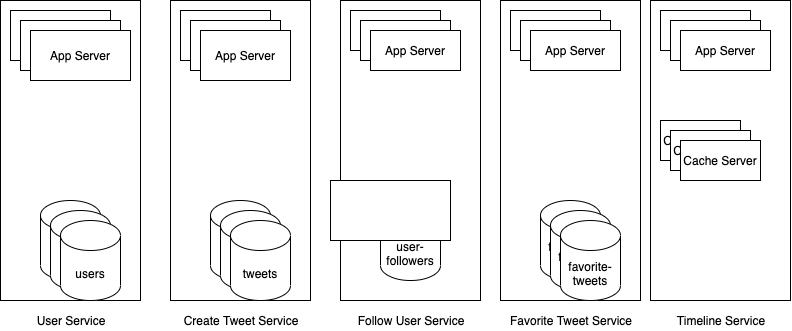
dilipkumar2k6/twitter-system-design keeps this draw.io diagram as Twitter-System-Design.png. Above is the earlier version. Source tidied: cells renumbered, new cells last; positions are measured from the earlier drawing's top-left corner, leaving out a move shared by most shapes.
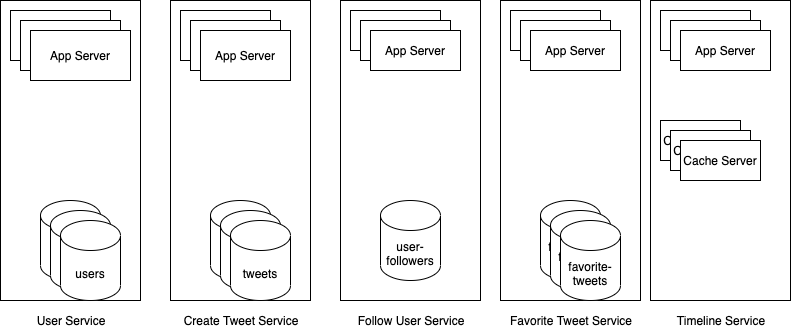
After the commit.

The edit, as a diff of the source:
```diff
@@ -125,9 +125,6 @@
     <mxCell id="42" value="App Server" style="rounded=0;whiteSpace=wrap;html=1;" parent="1" vertex="1">
       <mxGeometry x="680" y="30" width="90" height="40" as="geometry" />
     </mxCell>
-    <mxCell id="43" style="rounded=0;whiteSpace=wrap;html=1;" parent="1" vertex="1">
-      <mxGeometry x="330" y="180" width="120" height="60" as="geometry" />
-    </mxCell>
     <mxCell id="44" value="Cache Server" style="rounded=0;whiteSpace=wrap;html=1;" parent="1" vertex="1">
       <mxGeometry x="670" y="130" width="80" height="40" as="geometry" />
     </mxCell>
```
